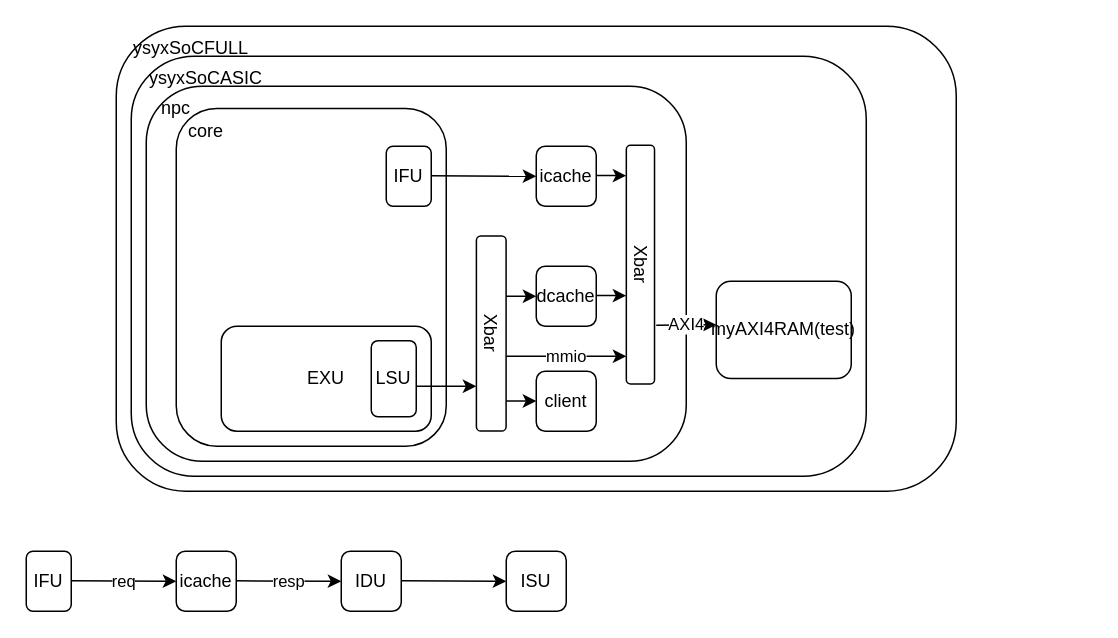
This is npc_architecture.drawio from DavidZyy/drawio_repo, a draw.io file, before an edit. Source tidied: cells renumbered, new cells numbered last; positions are measured from the earlier drawing's top-left corner, leaving out a move shared by most shapes. Both pictures are drawn from the tidied source at 150%, with x=0, y=0 at pixel (26, 26).
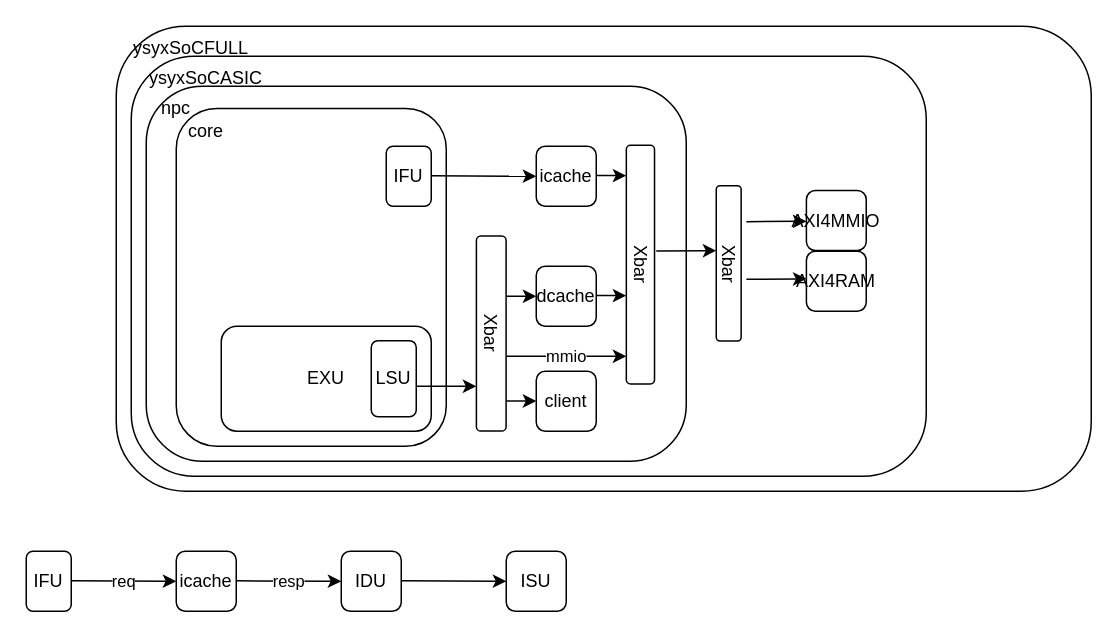
The same diagram, later.

Change to the diagram source:
```diff
@@
     <mxCell id="2" style="rounded=1;whiteSpace=wrap;html=1;fillColor=none;" parent="1" vertex="1">
-      <mxGeometry x="60" width="560" height="310" as="geometry" />
+      <mxGeometry x="60" width="650" height="310" as="geometry" />
     </mxCell>
     <mxCell id="3" style="rounded=1;whiteSpace=wrap;html=1;fillColor=none;" parent="1" vertex="1">
-      <mxGeometry x="70" y="20" width="490" height="280" as="geometry" />
+      <mxGeometry x="70" y="20" width="530" height="280" as="geometry" />
     </mxCell>
@@
-    <mxCell id="17" value="AXI4" style="edgeStyle=none;orthogonalLoop=1;jettySize=auto;html=1;rounded=0;" parent="1" edge="1">
+    <mxCell id="17" style="edgeStyle=none;orthogonalLoop=1;jettySize=auto;html=1;rounded=0;" parent="1" edge="1">
       <mxGeometry relative="1" as="geometry">
-        <mxPoint x="420" y="199.3" as="sourcePoint" />
-        <mxPoint x="460" y="199" as="targetPoint" />
+        <mxPoint x="420" y="149.9" as="sourcePoint" />
+        <mxPoint x="460" y="149.6" as="targetPoint" />
       </mxGeometry>
     </mxCell>
@@
-    <mxCell id="26" value="myAXI4RAM(test)" style="rounded=1;whiteSpace=wrap;html=1;" parent="1" vertex="1">
-      <mxGeometry x="460" y="170" width="90" height="64.9" as="geometry" />
+    <mxCell id="26" value="AXI4RAM" style="rounded=1;whiteSpace=wrap;html=1;" parent="1" vertex="1">
+      <mxGeometry x="520.1" y="150" width="39.9" height="40" as="geometry" />
     </mxCell>
@@
+    <mxCell id="34" value="Xbar" style="rounded=1;whiteSpace=wrap;html=1;rotation=90;" parent="1" vertex="1">
+      <mxGeometry x="416.5" y="149.8" width="103.6" height="16.6" as="geometry" />
+    </mxCell>
+    <mxCell id="35" style="edgeStyle=none;orthogonalLoop=1;jettySize=auto;html=1;rounded=0;" parent="1" edge="1">
+      <mxGeometry relative="1" as="geometry">
+        <mxPoint x="480.1" y="130.3" as="sourcePoint" />
+        <mxPoint x="520.1" y="130" as="targetPoint" />
+      </mxGeometry>
+    </mxCell>
+    <mxCell id="36" style="edgeStyle=none;orthogonalLoop=1;jettySize=auto;html=1;rounded=0;" parent="1" edge="1">
+      <mxGeometry relative="1" as="geometry">
+        <mxPoint x="480.1" y="168.7" as="sourcePoint" />
+        <mxPoint x="520.1" y="168.4" as="targetPoint" />
+      </mxGeometry>
+    </mxCell>
+    <mxCell id="37" value="AXI4MMIO" style="rounded=1;whiteSpace=wrap;html=1;" parent="1" vertex="1">
+      <mxGeometry x="520.1" y="109.5" width="39.9" height="40" as="geometry" />
+    </mxCell>
```
